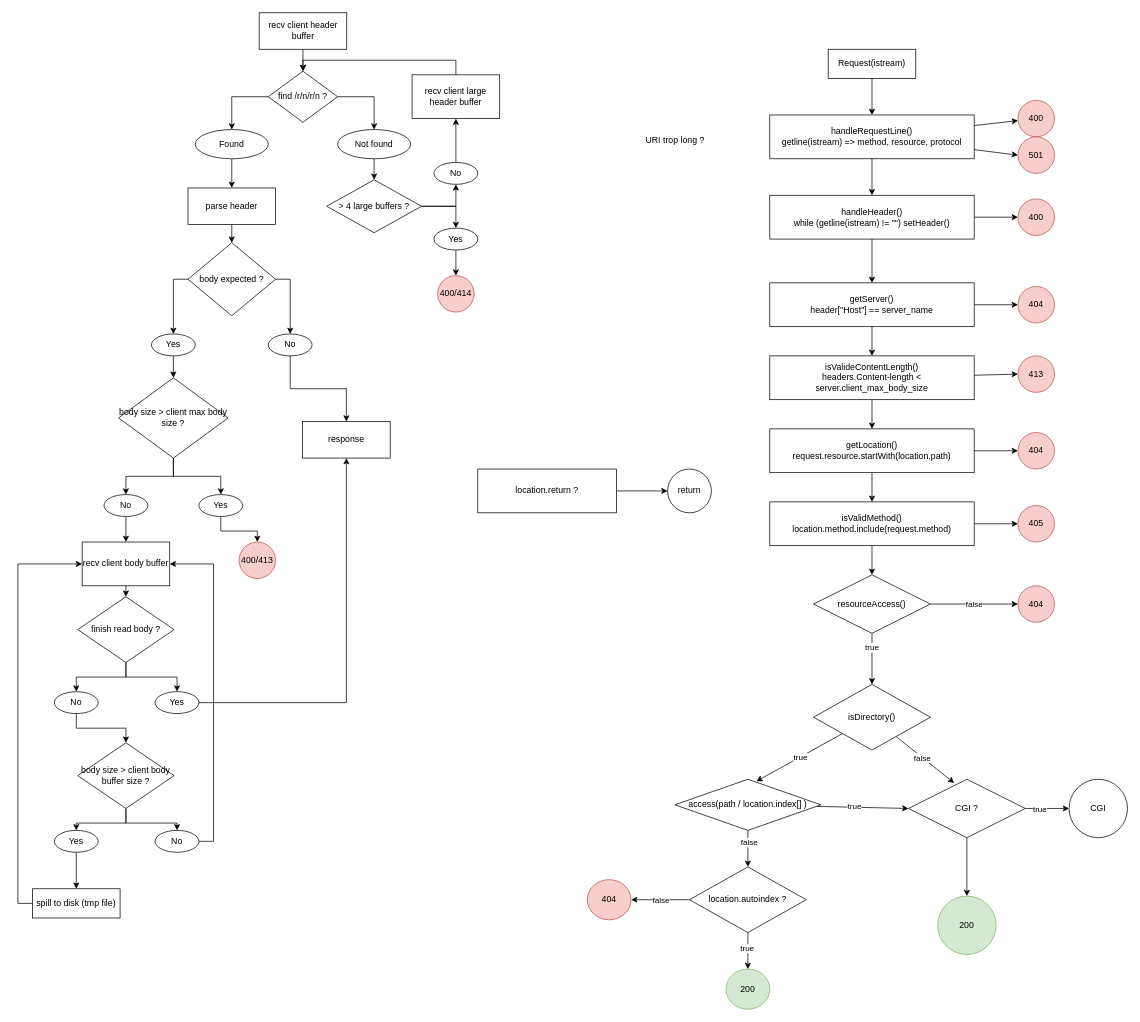
Before: doc/request.drawio in PoursMo/webserv, a draw.io diagram. Source tidied: cells renumbered, new cells numbered last; positions are measured from the earlier drawing's top-left corner, leaving out a move shared by most shapes. Both pictures are drawn from the tidied source at 73%, with x=0, y=0 at pixel (32, 12).
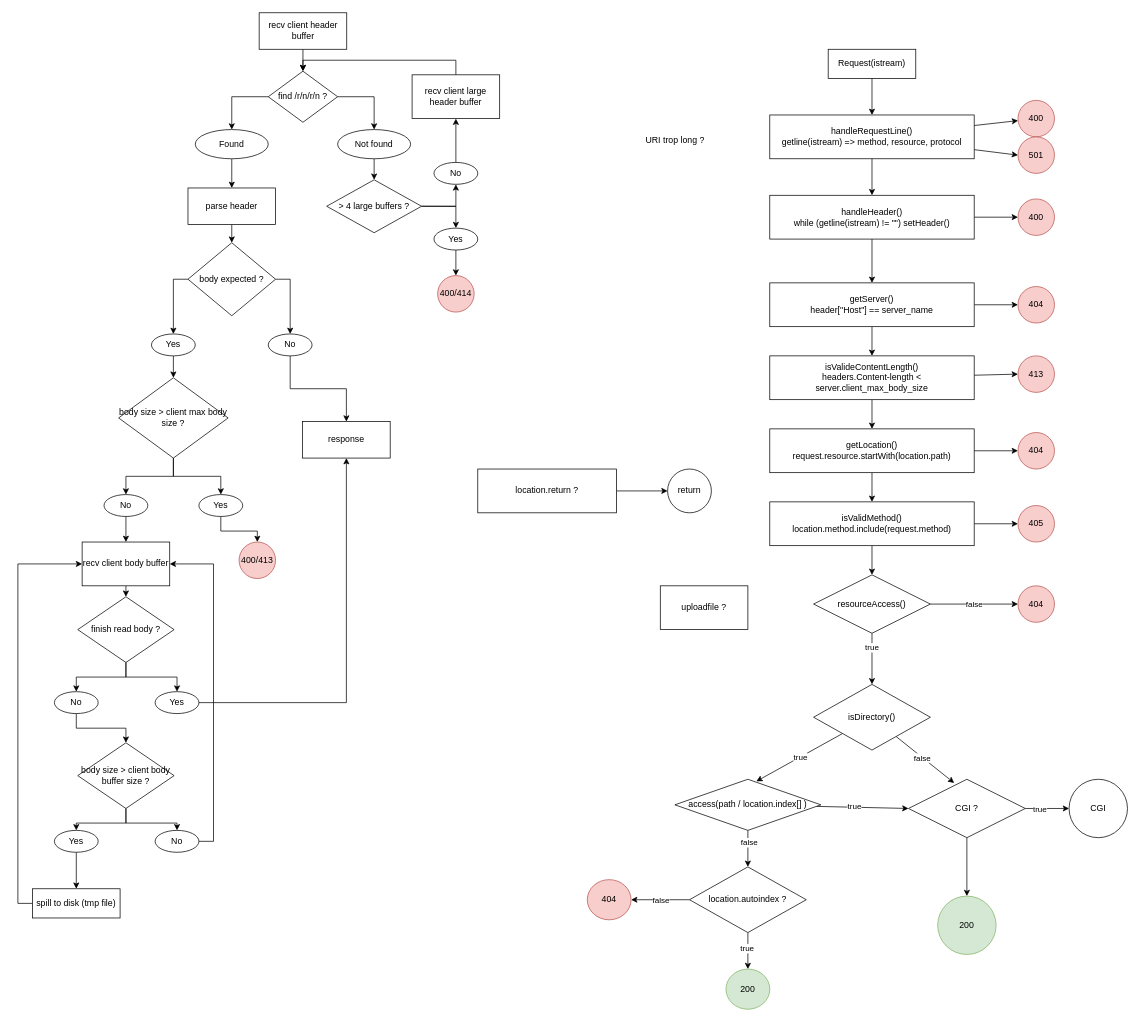
The same diagram, later.

Change to the diagram source:
```diff
@@
+    <mxCell id="118" value="uploadfile ?" style="whiteSpace=wrap;html=1;" parent="1" vertex="1">
+      <mxGeometry x="860" y="785" width="120" height="60" as="geometry" />
+    </mxCell>
```
